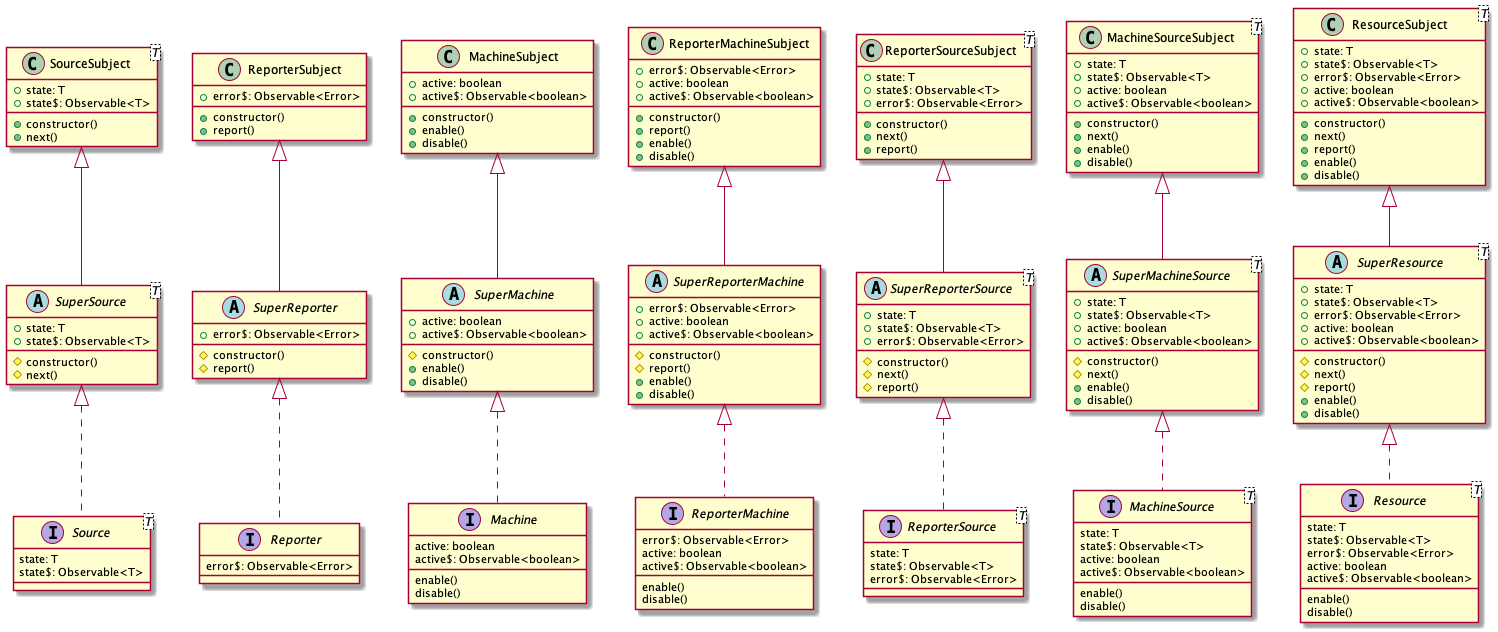
The PlantUML diagram assets/diagram.png in rafamel/komtrol, before a commit.
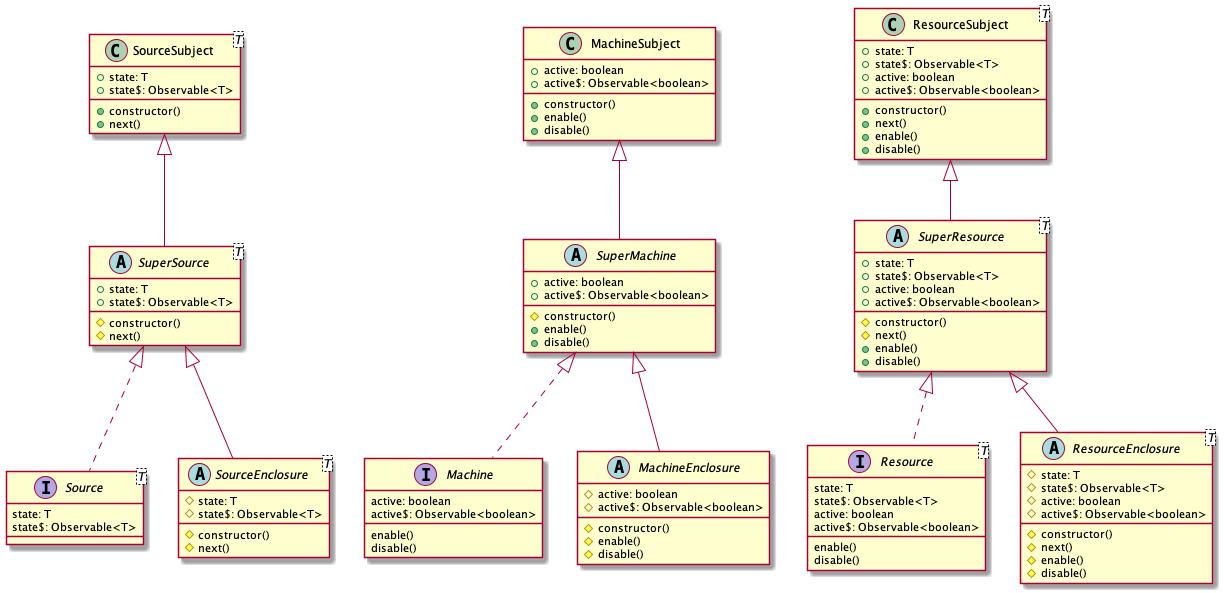
After the commit.

The edit, as a diff of the source:
```diff
@@ -5,7 +5,15 @@
   state$: Observable<T>
 }
 
+abstract class SourceEnclosure<T> {
+  #state: T
+  #state$: Observable<T>
+  #constructor()
+  #next()
+}
+
 SuperSource <|.. Source
+SuperSource <|-- SourceEnclosure
 abstract class SuperSource<T> {
   +state: T
   +state$: Observable<T>
@@ -21,24 +29,6 @@
   +next()
 }
 
-interface Reporter {
-  error$: Observable<Error>
-}
-
-SuperReporter <|.. Reporter
-abstract class SuperReporter {
-  +error$: Observable<Error>
-  #constructor()
-  #report()
-}
-
-ReporterSubject <|-- SuperReporter
-class ReporterSubject {
-  +error$: Observable<Error>
-  +constructor()
-  +report()
-}
-
 interface Machine {
   active: boolean
   active$: Observable<boolean>
@@ -46,7 +36,16 @@
   disable()
 }
 
+abstract class MachineEnclosure {
+  #active: boolean
+  #active$: Observable<boolean>
+  #constructor()
+  #enable()
+  #disable()
+}
+
 SuperMachine <|.. Machine
+SuperMachine <|-- MachineEnclosure
 abstract class SuperMachine {
   +active: boolean
   +active$: Observable<boolean>
@@ -64,63 +63,7 @@
   +disable()
 }
 
-interface ReporterMachine {
-  error$: Observable<Error>
-  active: boolean
-  active$: Observable<boolean>
-  enable()
-  disable()
-}
-
-SuperReporterMachine <|.. ReporterMachine
-abstract class SuperReporterMachine {
-  +error$: Observable<Error>
-  +active: boolean
-  +active$: Observable<boolean>
-  #constructor()
-  #report()
-  +enable()
-  +disable()
-}
-
-ReporterMachineSubject <|-- SuperReporterMachine
-class ReporterMachineSubject {
-  +error$: Observable<Error>
-  +active: boolean
-  +active$: Observable<boolean>
-  +constructor()
-  +report()
-  +enable()
-  +disable()
-}
-
-interface ReporterSource<T> {
-  state: T
-  state$: Observable<T>
-  error$: Observable<Error>
-}
-
-SuperReporterSource <|.. ReporterSource
-abstract class SuperReporterSource<T> {
-  +state: T
-  +state$: Observable<T>
-  +error$: Observable<Error>
-  #constructor()
-  #next()
-  #report()
-}
-
-ReporterSourceSubject <|-- SuperReporterSource
-class ReporterSourceSubject<T> {
-  +state: T
-  +state$: Observable<T>
-  +error$: Observable<Error>
-  +constructor()
-  +next()
-  +report()
-}
-
-interface MachineSource<T> {
+interface Resource<T> {
   state: T
   state$: Observable<T>
   active: boolean
@@ -129,8 +72,20 @@
   disable()
 }
 
-SuperMachineSource <|.. MachineSource
-abstract class SuperMachineSource<T> {
+abstract class ResourceEnclosure<T> {
+  #state: T
+  #state$: Observable<T>
+  #active: boolean
+  #active$: Observable<boolean>
+  #constructor()
+  #next()
+  #enable()
+  #disable()
+}
+
+SuperResource <|.. Resource
+SuperResource <|-- ResourceEnclosure
+abstract class SuperResource<T> {
   +state: T
   +state$: Observable<T>
   +active: boolean
@@ -141,8 +96,8 @@
   +disable()
 }
 
-MachineSourceSubject <|-- SuperMachineSource
-class MachineSourceSubject<T> {
+ResourceSubject <|-- SuperResource
+class ResourceSubject<T> {
   +state: T
   +state$: Observable<T>
   +active: boolean
@@ -153,42 +108,4 @@
   +disable()
 }
 
-interface Resource<T> {
-  state: T
-  state$: Observable<T>
-  error$: Observable<Error>
-  active: boolean
-  active$: Observable<boolean>
-  enable()
-  disable()
-}
-
-SuperResource <|.. Resource
-abstract class SuperResource<T> {
-  +state: T
-  +state$: Observable<T>
-  +error$: Observable<Error>
-  +active: boolean
-  +active$: Observable<boolean>
-  #constructor()
-  #next()
-  #report()
-  +enable()
-  +disable()
-}
-
-ResourceSubject <|-- SuperResource
-class ResourceSubject<T> {
-  +state: T
-  +state$: Observable<T>
-  +error$: Observable<Error>
-  +active: boolean
-  +active$: Observable<boolean>
-  +constructor()
-  +next()
-  +report()
-  +enable()
-  +disable()
-}
-
 @enduml
```
